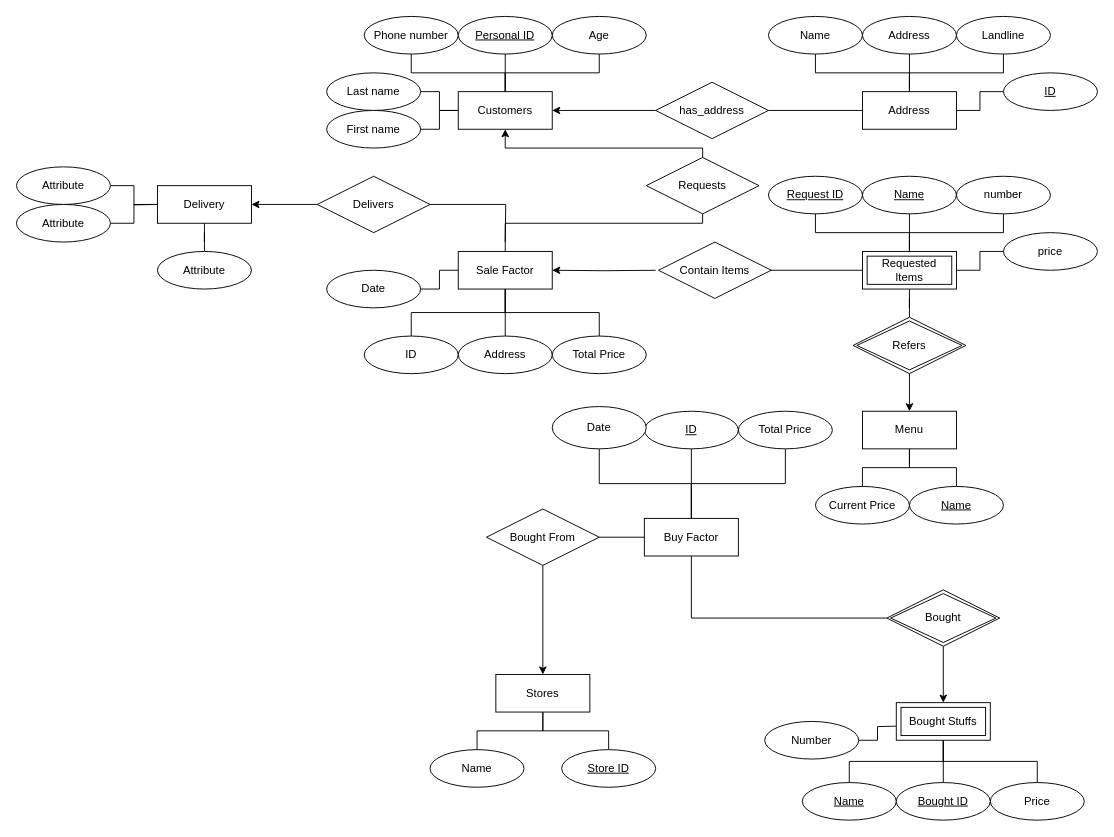
Above: SQL/Final-Project/ERD.drawio in ShayanDeSh/myplayground (draw.io), before the change. Source tidied: cells renumbered, new cells numbered last; positions are measured from the earlier drawing's top-left corner, leaving out a move shared by most shapes. Both pictures are drawn from the tidied source at 94%, with x=0, y=0 at pixel (16, 16).
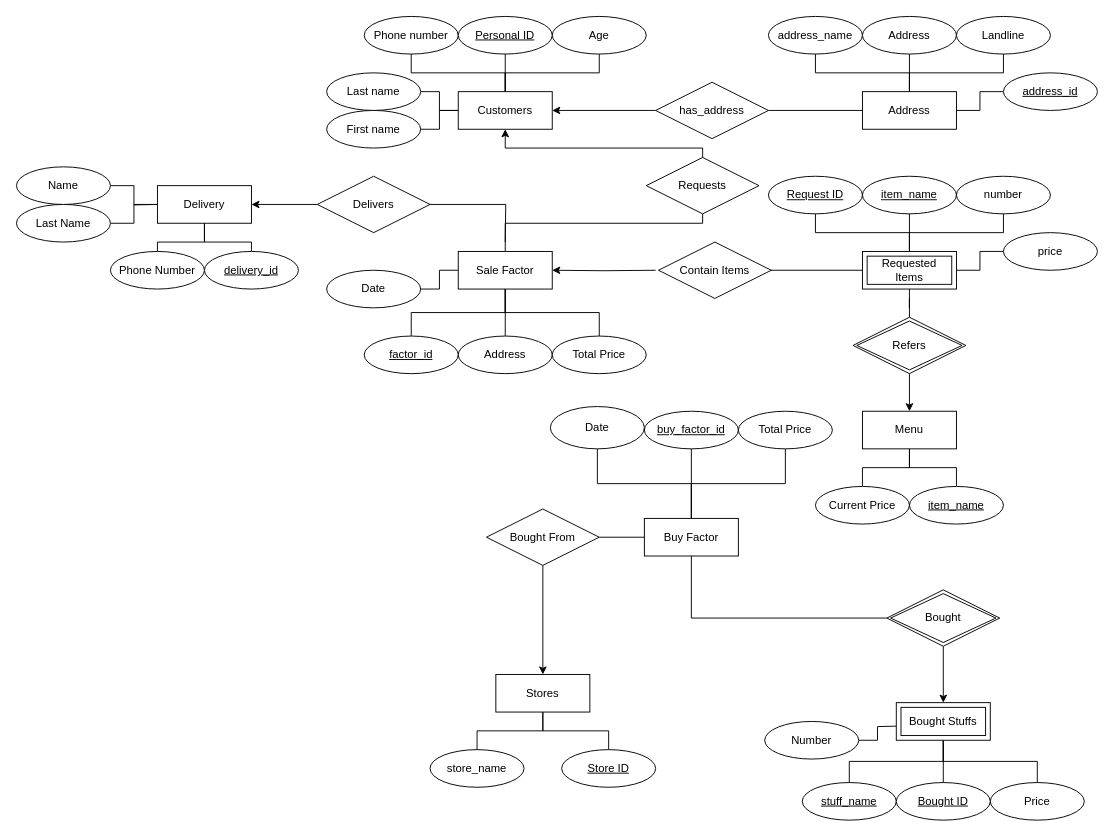
After the change.

Unchanged cells that the change refers to:
```xml
<mxCell id="85" value="Delivery" style="whiteSpace=wrap;html=1;align=center;" parent="1" vertex="1">
  <mxGeometry x="150" y="180" width="100" height="40" as="geometry" />
</mxCell>
```

The edit, as a diff of the source:
```diff
@@
-    <mxCell id="16" value="Name" style="ellipse;whiteSpace=wrap;html=1;align=center;" parent="1" vertex="1">
+    <mxCell id="16" value="address_name" style="ellipse;whiteSpace=wrap;html=1;align=center;" parent="1" vertex="1">
       <mxGeometry x="800" width="100" height="40" as="geometry" />
     </mxCell>
@@
-    <mxCell id="32" value="ID" style="ellipse;whiteSpace=wrap;html=1;align=center;fontStyle=4;" parent="1" vertex="1">
+    <mxCell id="32" value="address_id" style="ellipse;whiteSpace=wrap;html=1;align=center;fontStyle=4;" parent="1" vertex="1">
       <mxGeometry x="1050" y="60" width="100" height="40" as="geometry" />
     </mxCell>
@@
-    <mxCell id="35" value="ID" style="ellipse;whiteSpace=wrap;html=1;align=center;" parent="1" vertex="1">
+    <mxCell id="35" value="&lt;u&gt;factor_id&lt;/u&gt;" style="ellipse;whiteSpace=wrap;html=1;align=center;" parent="1" vertex="1">
       <mxGeometry x="370" y="340" width="100" height="40" as="geometry" />
     </mxCell>
@@
-    <mxCell id="39" value="&lt;u&gt;Name&lt;/u&gt;" style="ellipse;whiteSpace=wrap;html=1;align=center;" parent="1" vertex="1">
+    <mxCell id="39" value="&lt;u&gt;item_name&lt;/u&gt;" style="ellipse;whiteSpace=wrap;html=1;align=center;" parent="1" vertex="1">
       <mxGeometry x="900" y="170" width="100" height="40" as="geometry" />
     </mxCell>
@@
-    <mxCell id="55" value="Name" style="ellipse;whiteSpace=wrap;html=1;align=center;fontStyle=4;" parent="1" vertex="1">
+    <mxCell id="55" value="item_name" style="ellipse;whiteSpace=wrap;html=1;align=center;fontStyle=4;" parent="1" vertex="1">
       <mxGeometry x="950" y="500" width="100" height="40" as="geometry" />
     </mxCell>
@@
-    <mxCell id="59" value="Name" style="ellipse;whiteSpace=wrap;html=1;align=center;" parent="1" vertex="1">
+    <mxCell id="59" value="store_name" style="ellipse;whiteSpace=wrap;html=1;align=center;" parent="1" vertex="1">
       <mxGeometry x="440" y="780" width="100" height="40" as="geometry" />
     </mxCell>
@@
-    <mxCell id="67" value="ID" style="ellipse;whiteSpace=wrap;html=1;align=center;fontStyle=4;" parent="1" vertex="1">
+    <mxCell id="67" value="buy_factor_id" style="ellipse;whiteSpace=wrap;html=1;align=center;fontStyle=4;" parent="1" vertex="1">
       <mxGeometry x="668" y="420" width="100" height="40" as="geometry" />
     </mxCell>
@@
-    <mxCell id="71" value="Name" style="ellipse;whiteSpace=wrap;html=1;align=center;fontStyle=4;" parent="1" vertex="1">
+    <mxCell id="71" value="stuff_name" style="ellipse;whiteSpace=wrap;html=1;align=center;fontStyle=4;" parent="1" vertex="1">
       <mxGeometry x="836" y="815" width="100" height="40" as="geometry" />
     </mxCell>
@@
     <mxCell id="75" value="Date" style="ellipse;whiteSpace=wrap;html=1;align=center;" parent="1" vertex="1">
-      <mxGeometry x="570" y="415" width="100" height="45" as="geometry" />
+      <mxGeometry x="568" y="415" width="100" height="45" as="geometry" />
     </mxCell>
@@
+    <mxCell id="94" style="edgeStyle=orthogonalEdgeStyle;rounded=0;jettySize=auto;html=1;entryX=0.5;entryY=0;entryDx=0;entryDy=0;endArrow=none;endFill=0;" parent="1" edge="1" source="85" target="95">
+      <mxGeometry relative="1" as="geometry" />
+    </mxCell>
@@
-    <mxCell id="90" value="Attribute" style="ellipse;whiteSpace=wrap;html=1;align=center;" parent="1" vertex="1">
+    <mxCell id="90" value="Last Name" style="ellipse;whiteSpace=wrap;html=1;align=center;" parent="1" vertex="1">
       <mxGeometry y="200" width="100" height="40" as="geometry" />
     </mxCell>
-    <mxCell id="91" value="Attribute" style="ellipse;whiteSpace=wrap;html=1;align=center;" parent="1" vertex="1">
-      <mxGeometry x="150" y="250" width="100" height="40" as="geometry" />
+    <mxCell id="91" value="&lt;u&gt;delivery_id&lt;/u&gt;" style="ellipse;whiteSpace=wrap;html=1;align=center;" parent="1" vertex="1">
+      <mxGeometry x="200" y="250" width="100" height="40" as="geometry" />
     </mxCell>
@@
-    <mxCell id="93" value="Attribute" style="ellipse;whiteSpace=wrap;html=1;align=center;" parent="1" vertex="1">
+    <mxCell id="93" value="Name" style="ellipse;whiteSpace=wrap;html=1;align=center;" parent="1" vertex="1">
       <mxGeometry y="160" width="100" height="40" as="geometry" />
     </mxCell>
+    <mxCell id="95" value="Phone Number" style="ellipse;whiteSpace=wrap;html=1;align=center;" parent="1" vertex="1">
+      <mxGeometry x="100" y="250" width="100" height="40" as="geometry" />
+    </mxCell>
```
